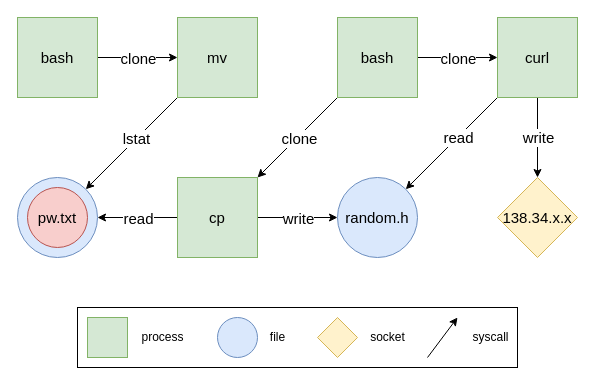
Above: figures/provenance-example.drawio in jctemp/paper-gnn-shadewatcher (draw.io), before the change. Source tidied: cells renumbered, new cells numbered last; positions are measured from the earlier drawing's top-left corner, leaving out a move shared by most shapes. Both pictures are drawn from the tidied source at 100%, with x=0, y=0 at pixel (17, 17).
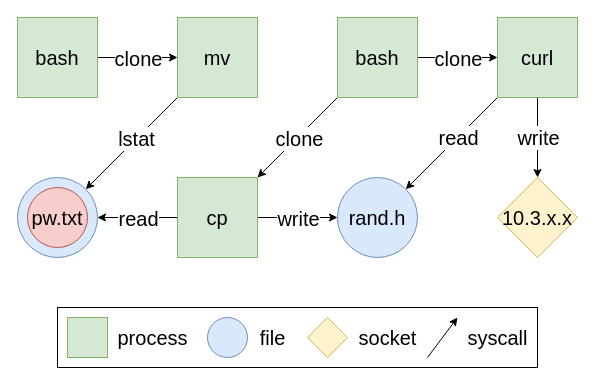
The same diagram, later.

Change to the diagram source:
```diff
@@
-    <mxCell id="2" style="rounded=0;whiteSpace=wrap;html=1;" parent="1" vertex="1">
-      <mxGeometry x="60" y="290" width="440" height="60" as="geometry" />
-    </mxCell>
-    <mxCell id="3" style="edgeStyle=orthogonalEdgeStyle;rounded=0;jettySize=auto;html=1;exitX=1;exitY=0.5;exitDx=0;exitDy=0;entryX=0;entryY=0.5;entryDx=0;entryDy=0;fontSize=15;" parent="1" edge="1" source="5" target="9">
+    <mxCell id="3" style="edgeStyle=orthogonalEdgeStyle;rounded=0;jettySize=auto;html=1;exitX=1;exitY=0.5;exitDx=0;exitDy=0;entryX=0;entryY=0.5;entryDx=0;entryDy=0;fontSize=20;" parent="1" edge="1" source="5" target="9">
       <mxGeometry relative="1" as="geometry" />
     </mxCell>
-    <mxCell id="4" value="clone" style="edgeLabel;html=1;align=center;verticalAlign=middle;fontSize=15;" parent="3" vertex="1">
+    <mxCell id="4" value="clone" style="edgeLabel;html=1;align=center;verticalAlign=middle;fontSize=20;" parent="3" vertex="1">
       <mxGeometry x="-0.32" y="-5" relative="1" as="geometry">
         <mxPoint x="13" y="-5" as="offset" />
       </mxGeometry>
     </mxCell>
-    <mxCell id="5" value="&lt;font style=&quot;font-size: 15px;&quot;&gt;bash&lt;/font&gt;" style="whiteSpace=wrap;html=1;fillColor=#d5e8d4;strokeColor=#82b366;rounded=0;fontSize=15;" parent="1" vertex="1">
+    <mxCell id="5" value="&lt;font style=&quot;font-size: 20px;&quot;&gt;bash&lt;/font&gt;" style="whiteSpace=wrap;html=1;fillColor=#d5e8d4;strokeColor=#82b366;rounded=0;fontSize=20;" parent="1" vertex="1">
       <mxGeometry width="80" height="80" as="geometry" />
     </mxCell>
-    <mxCell id="6" value="138.34.x.x" style="rhombus;whiteSpace=wrap;html=1;fillColor=#fff2cc;strokeColor=#d6b656;rounded=0;fontSize=15;" parent="1" vertex="1">
+    <mxCell id="6" value="10.3.x.x" style="rhombus;whiteSpace=wrap;html=1;fillColor=#fff2cc;strokeColor=#d6b656;rounded=0;fontSize=20;" parent="1" vertex="1">
       <mxGeometry x="480" y="160" width="80" height="80" as="geometry" />
     </mxCell>
-    <mxCell id="7" style="rounded=0;jettySize=auto;html=1;exitX=0;exitY=1;exitDx=0;exitDy=0;entryX=1;entryY=0;entryDx=0;entryDy=0;fontSize=15;" parent="1" edge="1" source="9">
+    <mxCell id="7" style="rounded=0;jettySize=auto;html=1;exitX=0;exitY=1;exitDx=0;exitDy=0;entryX=1;entryY=0;entryDx=0;entryDy=0;fontSize=20;" parent="1" edge="1" source="9">
       <mxGeometry relative="1" as="geometry">
         <mxPoint x="68.3" y="171.7" as="targetPoint" />
       </mxGeometry>
     </mxCell>
-    <mxCell id="8" value="lstat" style="edgeLabel;html=1;align=center;verticalAlign=middle;fontSize=15;" parent="7" vertex="1">
+    <mxCell id="8" value="lstat" style="edgeLabel;html=1;align=center;verticalAlign=middle;fontSize=20;" parent="7" vertex="1">
       <mxGeometry x="-0.21" relative="1" as="geometry">
         <mxPoint x="-5" y="4" as="offset" />
       </mxGeometry>
     </mxCell>
-    <mxCell id="9" value="&lt;font style=&quot;font-size: 15px;&quot;&gt;mv&lt;/font&gt;" style="whiteSpace=wrap;html=1;fillColor=#d5e8d4;strokeColor=#82b366;rounded=0;fontSize=15;" parent="1" vertex="1">
+    <mxCell id="9" value="&lt;font style=&quot;font-size: 20px;&quot;&gt;mv&lt;/font&gt;" style="whiteSpace=wrap;html=1;fillColor=#d5e8d4;strokeColor=#82b366;rounded=0;fontSize=20;" parent="1" vertex="1">
       <mxGeometry x="160" width="80" height="80" as="geometry" />
     </mxCell>
-    <mxCell id="10" style="rounded=0;jettySize=auto;html=1;exitX=0;exitY=1;exitDx=0;exitDy=0;entryX=1;entryY=0;entryDx=0;entryDy=0;fontSize=15;" parent="1" edge="1" source="14" target="19">
+    <mxCell id="10" style="rounded=0;jettySize=auto;html=1;exitX=0;exitY=1;exitDx=0;exitDy=0;entryX=1;entryY=0;entryDx=0;entryDy=0;fontSize=20;" parent="1" edge="1" source="14" target="19">
       <mxGeometry relative="1" as="geometry" />
     </mxCell>
-    <mxCell id="11" value="clone" style="edgeLabel;html=1;align=center;verticalAlign=middle;fontSize=15;" parent="10" vertex="1">
+    <mxCell id="11" value="clone" style="edgeLabel;html=1;align=center;verticalAlign=middle;fontSize=20;" parent="10" vertex="1">
       <mxGeometry x="0.21" y="2" relative="1" as="geometry">
         <mxPoint x="8" y="-9" as="offset" />
       </mxGeometry>
     </mxCell>
-    <mxCell id="12" style="edgeStyle=orthogonalEdgeStyle;rounded=0;jettySize=auto;html=1;exitX=1;exitY=0.5;exitDx=0;exitDy=0;entryX=0;entryY=0.5;entryDx=0;entryDy=0;fontSize=15;" parent="1" edge="1" source="14" target="25">
+    <mxCell id="12" style="edgeStyle=orthogonalEdgeStyle;rounded=0;jettySize=auto;html=1;exitX=1;exitY=0.5;exitDx=0;exitDy=0;entryX=0;entryY=0.5;entryDx=0;entryDy=0;fontSize=20;" parent="1" edge="1" source="14" target="25">
       <mxGeometry relative="1" as="geometry" />
     </mxCell>
-    <mxCell id="13" value="clone" style="edgeLabel;html=1;align=center;verticalAlign=middle;fontSize=15;" parent="12" vertex="1">
+    <mxCell id="13" value="clone" style="edgeLabel;html=1;align=center;verticalAlign=middle;fontSize=20;" parent="12" vertex="1">
       <mxGeometry x="0.19" y="3" relative="1" as="geometry">
         <mxPoint x="-8" y="3" as="offset" />
       </mxGeometry>
     </mxCell>
-    <mxCell id="14" value="&lt;font style=&quot;font-size: 15px;&quot;&gt;bash&lt;/font&gt;" style="whiteSpace=wrap;html=1;fillColor=#d5e8d4;strokeColor=#82b366;rounded=0;fontSize=15;" parent="1" vertex="1">
+    <mxCell id="14" value="&lt;font style=&quot;font-size: 20px;&quot;&gt;bash&lt;/font&gt;" style="whiteSpace=wrap;html=1;fillColor=#d5e8d4;strokeColor=#82b366;rounded=0;fontSize=20;" parent="1" vertex="1">
       <mxGeometry x="320" width="80" height="80" as="geometry" />
     </mxCell>
-    <mxCell id="15" style="rounded=0;jettySize=auto;html=1;exitX=0;exitY=0.5;exitDx=0;exitDy=0;entryX=1;entryY=0.5;entryDx=0;entryDy=0;fontSize=15;" parent="1" edge="1" source="19">
+    <mxCell id="15" style="rounded=0;jettySize=auto;html=1;exitX=0;exitY=0.5;exitDx=0;exitDy=0;entryX=1;entryY=0.5;entryDx=0;entryDy=0;fontSize=20;" parent="1" edge="1" source="19">
       <mxGeometry relative="1" as="geometry">
         <mxPoint x="80" y="200" as="targetPoint" />
       </mxGeometry>
     </mxCell>
-    <mxCell id="16" value="read" style="edgeLabel;html=1;align=center;verticalAlign=middle;fontSize=15;" parent="15" vertex="1">
+    <mxCell id="16" value="read" style="edgeLabel;html=1;align=center;verticalAlign=middle;fontSize=20;" parent="15" vertex="1">
       <mxGeometry x="-0.33" y="5" relative="1" as="geometry">
         <mxPoint x="-13" y="-5" as="offset" />
       </mxGeometry>
     </mxCell>
-    <mxCell id="17" style="edgeStyle=orthogonalEdgeStyle;rounded=0;jettySize=auto;html=1;exitX=1;exitY=0.5;exitDx=0;exitDy=0;entryX=0;entryY=0.5;entryDx=0;entryDy=0;fontSize=15;" parent="1" edge="1" source="19" target="20">
+    <mxCell id="17" style="edgeStyle=orthogonalEdgeStyle;rounded=0;jettySize=auto;html=1;exitX=1;exitY=0.5;exitDx=0;exitDy=0;entryX=0;entryY=0.5;entryDx=0;entryDy=0;fontSize=20;" parent="1" edge="1" source="19" target="20">
       <mxGeometry relative="1" as="geometry" />
     </mxCell>
-    <mxCell id="18" value="write" style="edgeLabel;html=1;align=center;verticalAlign=middle;fontSize=15;" parent="17" vertex="1">
+    <mxCell id="18" value="write" style="edgeLabel;html=1;align=center;verticalAlign=middle;fontSize=20;" parent="17" vertex="1">
       <mxGeometry x="0.17" y="1" relative="1" as="geometry">
         <mxPoint x="-7" y="1" as="offset" />
       </mxGeometry>
     </mxCell>
-    <mxCell id="19" value="&lt;font style=&quot;font-size: 15px;&quot;&gt;cp&lt;br style=&quot;font-size: 15px;&quot;&gt;&lt;/font&gt;" style="whiteSpace=wrap;html=1;fillColor=#d5e8d4;strokeColor=#82b366;rounded=0;fontSize=15;" parent="1" vertex="1">
+    <mxCell id="19" value="&lt;font style=&quot;font-size: 20px;&quot;&gt;cp&lt;br style=&quot;font-size: 20px;&quot;&gt;&lt;/font&gt;" style="whiteSpace=wrap;html=1;fillColor=#d5e8d4;strokeColor=#82b366;rounded=0;fontSize=20;" parent="1" vertex="1">
       <mxGeometry x="160" y="160" width="80" height="80" as="geometry" />
     </mxCell>
-    <mxCell id="20" value="&lt;font style=&quot;font-size: 15px;&quot;&gt;random.h&lt;/font&gt;" style="ellipse;whiteSpace=wrap;html=1;fillColor=#dae8fc;strokeColor=#6c8ebf;rounded=0;fontSize=15;" parent="1" vertex="1">
+    <mxCell id="20" value="&lt;font style=&quot;font-size: 20px;&quot;&gt;rand.h&lt;/font&gt;" style="ellipse;whiteSpace=wrap;html=1;fillColor=#dae8fc;strokeColor=#6c8ebf;rounded=0;fontSize=20;" parent="1" vertex="1">
       <mxGeometry x="320" y="160" width="80" height="80" as="geometry" />
     </mxCell>
-    <mxCell id="21" style="rounded=0;jettySize=auto;html=1;exitX=0;exitY=1;exitDx=0;exitDy=0;entryX=1;entryY=0;entryDx=0;entryDy=0;fontSize=15;" parent="1" edge="1" source="25" target="20">
+    <mxCell id="21" style="rounded=0;jettySize=auto;html=1;exitX=0;exitY=1;exitDx=0;exitDy=0;entryX=1;entryY=0;entryDx=0;entryDy=0;fontSize=20;" parent="1" edge="1" source="25" target="20">
       <mxGeometry relative="1" as="geometry" />
     </mxCell>
-    <mxCell id="22" value="read" style="edgeLabel;html=1;align=center;verticalAlign=middle;fontSize=15;" parent="21" vertex="1">
+    <mxCell id="22" value="read" style="edgeLabel;html=1;align=center;verticalAlign=middle;fontSize=20;" parent="21" vertex="1">
       <mxGeometry x="0.28" y="3" relative="1" as="geometry">
         <mxPoint x="17" y="-21" as="offset" />
       </mxGeometry>
     </mxCell>
-    <mxCell id="23" style="edgeStyle=orthogonalEdgeStyle;rounded=0;jettySize=auto;html=1;exitX=0.5;exitY=1;exitDx=0;exitDy=0;entryX=0.5;entryY=0;entryDx=0;entryDy=0;fontSize=15;" parent="1" edge="1" source="25" target="6">
+    <mxCell id="23" style="edgeStyle=orthogonalEdgeStyle;rounded=0;jettySize=auto;html=1;exitX=0.5;exitY=1;exitDx=0;exitDy=0;entryX=0.5;entryY=0;entryDx=0;entryDy=0;fontSize=20;" parent="1" edge="1" source="25" target="6">
       <mxGeometry relative="1" as="geometry" />
     </mxCell>
-    <mxCell id="24" value="write" style="edgeLabel;html=1;align=center;verticalAlign=middle;fontSize=15;" parent="23" vertex="1">
+    <mxCell id="24" value="write" style="edgeLabel;html=1;align=center;verticalAlign=middle;fontSize=20;" parent="23" vertex="1">
       <mxGeometry x="-0.57" y="-5" relative="1" as="geometry">
         <mxPoint x="5" y="22" as="offset" />
       </mxGeometry>
     </mxCell>
-    <mxCell id="25" value="&lt;font style=&quot;font-size: 15px;&quot;&gt;curl&lt;br style=&quot;font-size: 15px;&quot;&gt;&lt;/font&gt;" style="whiteSpace=wrap;html=1;fillColor=#d5e8d4;strokeColor=#82b366;rounded=0;fontSize=15;" parent="1" vertex="1">
+    <mxCell id="25" value="&lt;font style=&quot;font-size: 20px;&quot;&gt;curl&lt;br style=&quot;font-size: 20px;&quot;&gt;&lt;/font&gt;" style="whiteSpace=wrap;html=1;fillColor=#d5e8d4;strokeColor=#82b366;rounded=0;fontSize=20;" parent="1" vertex="1">
       <mxGeometry x="480" width="80" height="80" as="geometry" />
     </mxCell>
+    <mxCell id="34" style="ellipse;whiteSpace=wrap;html=1;fillColor=#dae8fc;strokeColor=#6c8ebf;rounded=0;fontSize=20;" parent="1" vertex="1">
+      <mxGeometry y="160" width="80" height="80" as="geometry" />
+    </mxCell>
+    <mxCell id="35" value="pw.txt" style="ellipse;whiteSpace=wrap;html=1;fillColor=#f8cecc;strokeColor=#b85450;rounded=0;fontSize=20;" parent="1" vertex="1">
+      <mxGeometry x="10" y="170" width="60" height="60" as="geometry" />
+    </mxCell>
+    <mxCell id="36" style="group;" parent="1" vertex="1">
+      <mxGeometry x="40" y="290" width="480" height="60" as="geometry" />
+    </mxCell>
+    <mxCell id="2" style="rounded=0;whiteSpace=wrap;html=1;fontSize=20;" parent="36" vertex="1">
+      <mxGeometry width="480" height="60" as="geometry" />
+    </mxCell>
-    <mxCell id="26" style="whiteSpace=wrap;html=1;fillColor=#d5e8d4;strokeColor=#82b366;rounded=0;fontSize=15;" parent="1" vertex="1">
-      <mxGeometry x="70" y="300" width="40" height="40" as="geometry" />
+    <mxCell id="26" style="whiteSpace=wrap;html=1;fillColor=#d5e8d4;strokeColor=#82b366;rounded=0;fontSize=20;" parent="36" vertex="1">
+      <mxGeometry x="10" y="10" width="40" height="40" as="geometry" />
     </mxCell>
-    <mxCell id="27" style="ellipse;whiteSpace=wrap;html=1;fillColor=#dae8fc;strokeColor=#6c8ebf;rounded=0;fontSize=15;" parent="1" vertex="1">
-      <mxGeometry x="200" y="300" width="40" height="40" as="geometry" />
+    <mxCell id="27" style="ellipse;whiteSpace=wrap;html=1;fillColor=#dae8fc;strokeColor=#6c8ebf;rounded=0;fontSize=20;" parent="36" vertex="1">
+      <mxGeometry x="150" y="10" width="40" height="40" as="geometry" />
     </mxCell>
-    <mxCell id="28" style="rhombus;whiteSpace=wrap;html=1;fillColor=#fff2cc;strokeColor=#d6b656;rounded=0;fontSize=15;" parent="1" vertex="1">
-      <mxGeometry x="300" y="300" width="40" height="40" as="geometry" />
+    <mxCell id="28" style="rhombus;whiteSpace=wrap;html=1;fillColor=#fff2cc;strokeColor=#d6b656;rounded=0;fontSize=20;" parent="36" vertex="1">
+      <mxGeometry x="250" y="10" width="40" height="40" as="geometry" />
     </mxCell>
-    <mxCell id="29" value="process" style="text;html=1;align=center;verticalAlign=middle;strokeColor=none;fillColor=none;" parent="1" vertex="1">
-      <mxGeometry x="110" y="305" width="70" height="30" as="geometry" />
+    <mxCell id="29" value="process" style="text;html=1;align=center;verticalAlign=middle;strokeColor=none;fillColor=none;fontSize=20;" parent="36" vertex="1">
+      <mxGeometry x="50" y="10" width="90" height="40" as="geometry" />
     </mxCell>
-    <mxCell id="30" value="file" style="text;html=1;align=center;verticalAlign=middle;strokeColor=none;fillColor=none;" parent="1" vertex="1">
-      <mxGeometry x="240" y="305" width="40" height="30" as="geometry" />
+    <mxCell id="30" value="file" style="text;html=1;align=center;verticalAlign=middle;strokeColor=none;fillColor=none;fontSize=20;" parent="36" vertex="1">
+      <mxGeometry x="190" y="10" width="50" height="40" as="geometry" />
     </mxCell>
-    <mxCell id="31" value="socket" style="text;html=1;align=center;verticalAlign=middle;strokeColor=none;fillColor=none;" parent="1" vertex="1">
-      <mxGeometry x="340" y="305" width="60" height="30" as="geometry" />
+    <mxCell id="31" value="socket" style="text;html=1;align=center;verticalAlign=middle;strokeColor=none;fillColor=none;fontSize=20;" parent="36" vertex="1">
+      <mxGeometry x="290" y="10" width="80" height="40" as="geometry" />
     </mxCell>
-    <mxCell id="32" style="endArrow=classic;html=1;rounded=0;" parent="1" edge="1">
+    <mxCell id="32" style="endArrow=classic;html=1;rounded=0;fontSize=20;" parent="36" edge="1">
       <mxGeometry relative="1" as="geometry">
-        <mxPoint x="410" y="340" as="sourcePoint" />
-        <mxPoint x="440" y="300" as="targetPoint" />
+        <mxPoint x="370" y="50" as="sourcePoint" />
+        <mxPoint x="400" y="10" as="targetPoint" />
       </mxGeometry>
     </mxCell>
-    <mxCell id="33" value="syscall" style="text;html=1;align=center;verticalAlign=middle;strokeColor=none;fillColor=none;" parent="1" vertex="1">
-      <mxGeometry x="443" y="305" width="60" height="30" as="geometry" />
+    <mxCell id="33" value="syscall" style="text;html=1;align=center;verticalAlign=middle;strokeColor=none;fillColor=none;fontSize=20;" parent="36" vertex="1">
+      <mxGeometry x="400" y="10" width="80" height="40" as="geometry" />
     </mxCell>
-    <mxCell id="34" style="ellipse;whiteSpace=wrap;html=1;fillColor=#dae8fc;strokeColor=#6c8ebf;rounded=0;fontSize=15;" parent="1" vertex="1">
-      <mxGeometry y="160" width="80" height="80" as="geometry" />
-    </mxCell>
-    <mxCell id="35" value="pw.txt" style="ellipse;whiteSpace=wrap;html=1;fillColor=#f8cecc;strokeColor=#b85450;rounded=0;fontSize=15;" parent="1" vertex="1">
-      <mxGeometry x="10" y="170" width="60" height="60" as="geometry" />
-    </mxCell>
```
